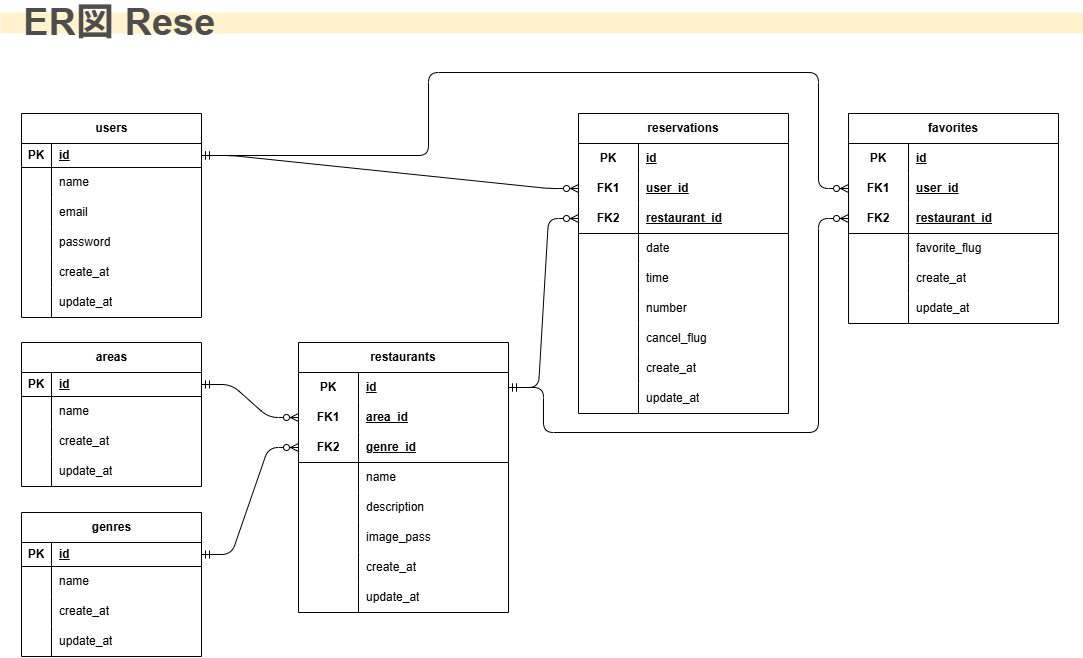
The draw.io diagram ERD_Rese.drawio.png in subaru-tm/Rene, before a commit. Source tidied: cells renumbered, new cells last; positions are measured from the earlier drawing's top-left corner, leaving out a move shared by most shapes.
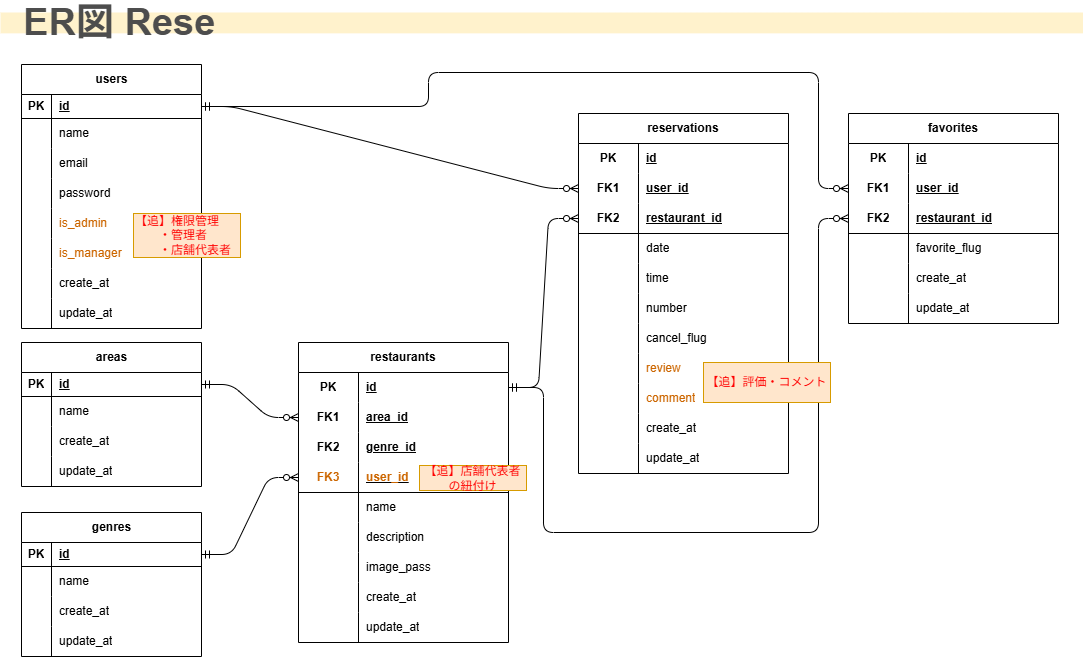
Above is the later version.

What changed in the source:
```diff
@@ -6,7 +6,7 @@
       <mxGeometry width="1083" height="20.8" as="geometry" />
     </mxCell>
     <mxCell id="3" value="users" style="shape=table;startSize=30;rowLines=0;fontStyle=1;align=center;html=1;fillColor=#FFFFFF;" parent="1" vertex="1">
-      <mxGeometry x="21" y="101" width="180" height="204" as="geometry" />
+      <mxGeometry x="21" y="52" width="180" height="264" as="geometry" />
     </mxCell>
     <mxCell id="4" style="shape=tableRow;horizontal=0;startSize=0;swimlaneHead=0;swimlaneBody=0;fillColor=none;points=[[0,0.5],[1,0.5]];portConstraint=eastwest;top=0;left=0;right=0;bottom=1;" parent="3" vertex="1">
       <mxGeometry y="30" width="180" height="24" as="geometry" />
@@ -44,8 +44,26 @@
     <mxCell id="15" value="password&lt;span style=&quot;white-space: pre;&quot;&gt;&#9;&lt;/span&gt;" style="shape=partialRectangle;fillColor=none;top=0;left=0;bottom=0;right=0;align=left;spacingLeft=6;overflow=hidden;whiteSpace=wrap;html=1;" parent="13" vertex="1">
       <mxGeometry x="30" width="150" height="30" as="geometry" />
     </mxCell>
+    <mxCell id="126" style="shape=tableRow;horizontal=0;startSize=0;swimlaneHead=0;swimlaneBody=0;fillColor=none;top=0;left=0;right=0;bottom=0;" parent="3" vertex="1">
+      <mxGeometry y="144" width="180" height="30" as="geometry" />
+    </mxCell>
+    <mxCell id="127" style="shape=partialRectangle;fillColor=none;top=0;left=0;bottom=0;right=0;overflow=hidden;whiteSpace=wrap;html=1;" parent="126" vertex="1">
+      <mxGeometry width="30" height="30" as="geometry" />
+    </mxCell>
+    <mxCell id="128" value="&lt;font style=&quot;color: rgb(204, 102, 0);&quot;&gt;is_admin&lt;/font&gt;" style="shape=partialRectangle;fillColor=none;top=0;left=0;bottom=0;right=0;align=left;spacingLeft=6;overflow=hidden;whiteSpace=wrap;html=1;" parent="126" vertex="1">
+      <mxGeometry x="30" width="150" height="30" as="geometry" />
+    </mxCell>
+    <mxCell id="129" style="shape=tableRow;horizontal=0;startSize=0;swimlaneHead=0;swimlaneBody=0;fillColor=none;top=0;left=0;right=0;bottom=0;" parent="3" vertex="1">
+      <mxGeometry y="174" width="180" height="30" as="geometry" />
+    </mxCell>
+    <mxCell id="130" style="shape=partialRectangle;fillColor=none;top=0;left=0;bottom=0;right=0;overflow=hidden;whiteSpace=wrap;html=1;" parent="129" vertex="1">
+      <mxGeometry width="30" height="30" as="geometry" />
+    </mxCell>
+    <mxCell id="131" value="&lt;font style=&quot;color: rgb(204, 102, 0);&quot;&gt;is_manager&lt;/font&gt;" style="shape=partialRectangle;fillColor=none;top=0;left=0;bottom=0;right=0;align=left;spacingLeft=6;overflow=hidden;whiteSpace=wrap;html=1;" parent="129" vertex="1">
+      <mxGeometry x="30" width="150" height="30" as="geometry" />
+    </mxCell>
     <mxCell id="16" style="shape=tableRow;horizontal=0;startSize=0;swimlaneHead=0;swimlaneBody=0;fillColor=none;top=0;left=0;right=0;bottom=0;" parent="3" vertex="1">
-      <mxGeometry y="144" width="180" height="30" as="geometry" />
+      <mxGeometry y="204" width="180" height="30" as="geometry" />
     </mxCell>
     <mxCell id="17" style="shape=partialRectangle;fillColor=none;top=0;left=0;bottom=0;right=0;overflow=hidden;whiteSpace=wrap;html=1;" parent="16" vertex="1">
       <mxGeometry width="30" height="30" as="geometry" />
@@ -54,7 +72,7 @@
       <mxGeometry x="30" width="150" height="30" as="geometry" />
     </mxCell>
     <mxCell id="19" style="shape=tableRow;horizontal=0;startSize=0;swimlaneHead=0;swimlaneBody=0;fillColor=none;top=0;left=0;right=0;bottom=0;" parent="3" vertex="1">
-      <mxGeometry y="174" width="180" height="30" as="geometry" />
+      <mxGeometry y="234" width="180" height="30" as="geometry" />
     </mxCell>
     <mxCell id="20" style="shape=partialRectangle;fillColor=none;top=0;left=0;bottom=0;right=0;overflow=hidden;whiteSpace=wrap;html=1;" parent="19" vertex="1">
       <mxGeometry width="30" height="30" as="geometry" />
@@ -63,7 +81,7 @@
       <mxGeometry x="30" width="150" height="30" as="geometry" />
     </mxCell>
     <mxCell id="22" value="restaurants" style="shape=table;startSize=30;rowLines=0;fontStyle=1;align=center;html=1;whiteSpace=wrap;fillColor=#FFFFFF;" parent="1" vertex="1">
-      <mxGeometry x="298" y="330" width="210" height="270" as="geometry" />
+      <mxGeometry x="298" y="330" width="210" height="300" as="geometry" />
     </mxCell>
     <mxCell id="23" style="shape=tableRow;horizontal=0;startSize=0;swimlaneHead=0;swimlaneBody=0;fillColor=none;points=[[0,0.5],[1,0.5]];portConstraint=eastwest;top=0;left=0;right=0;bottom=0;html=1;" parent="22" vertex="1">
       <mxGeometry y="30" width="210" height="30" as="geometry" />
@@ -83,17 +101,26 @@
     <mxCell id="28" value="&lt;span style=&quot;color: rgb(0, 0, 0);&quot;&gt;area_id&lt;/span&gt;" style="shape=partialRectangle;fillColor=none;top=0;left=0;bottom=0;right=0;align=left;spacingLeft=6;fontStyle=5;overflow=hidden;html=1;whiteSpace=wrap;" parent="26" vertex="1">
       <mxGeometry x="60" width="150" height="30" as="geometry" />
     </mxCell>
+    <mxCell id="132" style="shape=tableRow;horizontal=0;startSize=0;swimlaneHead=0;swimlaneBody=0;fillColor=none;top=0;left=0;right=0;bottom=0;html=1;" parent="22" vertex="1">
+      <mxGeometry y="90" width="210" height="30" as="geometry" />
+    </mxCell>
+    <mxCell id="133" value="&lt;span style=&quot;color: rgb(0, 0, 0);&quot;&gt;FK2&lt;/span&gt;" style="shape=partialRectangle;fillColor=none;top=0;left=0;bottom=0;right=0;fontStyle=1;overflow=hidden;html=1;whiteSpace=wrap;" parent="132" vertex="1">
+      <mxGeometry width="60" height="30" as="geometry" />
+    </mxCell>
+    <mxCell id="134" value="&lt;span style=&quot;color: rgb(0, 0, 0);&quot;&gt;genre_id&lt;/span&gt;" style="shape=partialRectangle;fillColor=none;top=0;left=0;bottom=0;right=0;align=left;spacingLeft=6;fontStyle=5;overflow=hidden;html=1;whiteSpace=wrap;" parent="132" vertex="1">
+      <mxGeometry x="60" width="150" height="30" as="geometry" />
+    </mxCell>
     <mxCell id="29" style="shape=tableRow;horizontal=0;startSize=0;swimlaneHead=0;swimlaneBody=0;fillColor=none;points=[[0,0.5],[1,0.5]];portConstraint=eastwest;top=0;left=0;right=0;bottom=1;html=1;" parent="22" vertex="1">
-      <mxGeometry y="90" width="210" height="30" as="geometry" />
+      <mxGeometry y="120" width="210" height="30" as="geometry" />
     </mxCell>
-    <mxCell id="30" value="FK2" style="shape=partialRectangle;fillColor=none;top=0;left=0;bottom=0;right=0;fontStyle=1;overflow=hidden;html=1;whiteSpace=wrap;" parent="29" vertex="1">
+    <mxCell id="30" value="&lt;font style=&quot;color: rgb(204, 102, 0);&quot;&gt;FK3&lt;/font&gt;" style="shape=partialRectangle;fillColor=none;top=0;left=0;bottom=0;right=0;fontStyle=1;overflow=hidden;html=1;whiteSpace=wrap;" parent="29" vertex="1">
       <mxGeometry width="60" height="30" as="geometry" />
     </mxCell>
-    <mxCell id="31" value="genre_id" style="shape=partialRectangle;fillColor=none;top=0;left=0;bottom=0;right=0;align=left;spacingLeft=6;fontStyle=5;overflow=hidden;html=1;whiteSpace=wrap;" parent="29" vertex="1">
+    <mxCell id="31" value="&lt;font style=&quot;color: rgb(204, 102, 0);&quot;&gt;user_id&lt;/font&gt;" style="shape=partialRectangle;fillColor=none;top=0;left=0;bottom=0;right=0;align=left;spacingLeft=6;fontStyle=5;overflow=hidden;html=1;whiteSpace=wrap;" parent="29" vertex="1">
       <mxGeometry x="60" width="150" height="30" as="geometry" />
     </mxCell>
     <mxCell id="32" style="shape=tableRow;horizontal=0;startSize=0;swimlaneHead=0;swimlaneBody=0;fillColor=none;top=0;left=0;right=0;bottom=0;html=1;" parent="22" vertex="1">
-      <mxGeometry y="120" width="210" height="30" as="geometry" />
+      <mxGeometry y="150" width="210" height="30" as="geometry" />
     </mxCell>
     <mxCell id="33" style="shape=partialRectangle;fillColor=none;top=0;left=0;bottom=0;right=0;overflow=hidden;html=1;whiteSpace=wrap;" parent="32" vertex="1">
       <mxGeometry width="60" height="30" as="geometry" />
@@ -102,7 +129,7 @@
       <mxGeometry x="60" width="150" height="30" as="geometry" />
     </mxCell>
     <mxCell id="35" style="shape=tableRow;horizontal=0;startSize=0;swimlaneHead=0;swimlaneBody=0;fillColor=none;top=0;left=0;right=0;bottom=0;html=1;" parent="22" vertex="1">
-      <mxGeometry y="150" width="210" height="30" as="geometry" />
+      <mxGeometry y="180" width="210" height="30" as="geometry" />
     </mxCell>
     <mxCell id="36" style="shape=partialRectangle;fillColor=none;top=0;left=0;bottom=0;right=0;overflow=hidden;html=1;whiteSpace=wrap;" parent="35" vertex="1">
       <mxGeometry width="60" height="30" as="geometry" />
@@ -111,7 +138,7 @@
       <mxGeometry x="60" width="150" height="30" as="geometry" />
     </mxCell>
     <mxCell id="38" style="shape=tableRow;horizontal=0;startSize=0;swimlaneHead=0;swimlaneBody=0;fillColor=none;top=0;left=0;right=0;bottom=0;html=1;" parent="22" vertex="1">
-      <mxGeometry y="180" width="210" height="30" as="geometry" />
+      <mxGeometry y="210" width="210" height="30" as="geometry" />
     </mxCell>
     <mxCell id="39" style="shape=partialRectangle;fillColor=none;top=0;left=0;bottom=0;right=0;overflow=hidden;html=1;whiteSpace=wrap;" parent="38" vertex="1">
       <mxGeometry width="60" height="30" as="geometry" />
@@ -120,7 +147,7 @@
       <mxGeometry x="60" width="150" height="30" as="geometry" />
     </mxCell>
     <mxCell id="41" style="shape=tableRow;horizontal=0;startSize=0;swimlaneHead=0;swimlaneBody=0;fillColor=none;top=0;left=0;right=0;bottom=0;html=1;" parent="22" vertex="1">
-      <mxGeometry y="210" width="210" height="30" as="geometry" />
+      <mxGeometry y="240" width="210" height="30" as="geometry" />
     </mxCell>
     <mxCell id="42" style="shape=partialRectangle;fillColor=none;top=0;left=0;bottom=0;right=0;overflow=hidden;html=1;whiteSpace=wrap;" parent="41" vertex="1">
       <mxGeometry width="60" height="30" as="geometry" />
@@ -129,7 +156,7 @@
       <mxGeometry x="60" width="150" height="30" as="geometry" />
     </mxCell>
     <mxCell id="44" style="shape=tableRow;horizontal=0;startSize=0;swimlaneHead=0;swimlaneBody=0;fillColor=none;top=0;left=0;right=0;bottom=0;html=1;" parent="22" vertex="1">
-      <mxGeometry y="240" width="210" height="30" as="geometry" />
+      <mxGeometry y="270" width="210" height="30" as="geometry" />
     </mxCell>
     <mxCell id="45" style="shape=partialRectangle;fillColor=none;top=0;left=0;bottom=0;right=0;overflow=hidden;html=1;whiteSpace=wrap;" parent="44" vertex="1">
       <mxGeometry width="60" height="30" as="geometry" />
@@ -222,7 +249,7 @@
       <mxGeometry relative="1" as="geometry" />
     </mxCell>
     <mxCell id="75" value="reservations" style="shape=table;startSize=30;rowLines=0;fontStyle=1;align=center;html=1;whiteSpace=wrap;fillColor=#FFFFFF;" parent="1" vertex="1">
-      <mxGeometry x="578" y="101" width="210" height="300" as="geometry" />
+      <mxGeometry x="578" y="101" width="210" height="360" as="geometry" />
     </mxCell>
     <mxCell id="76" style="shape=tableRow;horizontal=0;startSize=0;swimlaneHead=0;swimlaneBody=0;fillColor=none;top=0;left=0;right=0;bottom=0;html=1;" parent="75" vertex="1">
       <mxGeometry y="30" width="210" height="30" as="geometry" />
@@ -287,8 +314,26 @@
     <mxCell id="96" value="cancel_flug" style="shape=partialRectangle;fillColor=none;top=0;left=0;bottom=0;right=0;align=left;spacingLeft=6;overflow=hidden;html=1;whiteSpace=wrap;" parent="94" vertex="1">
       <mxGeometry x="60" width="150" height="30" as="geometry" />
     </mxCell>
+    <mxCell id="135" style="shape=tableRow;horizontal=0;startSize=0;swimlaneHead=0;swimlaneBody=0;fillColor=none;top=0;left=0;right=0;bottom=0;html=1;" parent="75" vertex="1">
+      <mxGeometry y="240" width="210" height="30" as="geometry" />
+    </mxCell>
+    <mxCell id="136" style="shape=partialRectangle;fillColor=none;top=0;left=0;bottom=0;right=0;overflow=hidden;html=1;whiteSpace=wrap;" parent="135" vertex="1">
+      <mxGeometry width="60" height="30" as="geometry" />
+    </mxCell>
+    <mxCell id="137" value="&lt;font style=&quot;color: rgb(204, 102, 0);&quot;&gt;review&lt;/font&gt;" style="shape=partialRectangle;fillColor=none;top=0;left=0;bottom=0;right=0;align=left;spacingLeft=6;overflow=hidden;html=1;whiteSpace=wrap;" parent="135" vertex="1">
+      <mxGeometry x="60" width="150" height="30" as="geometry" />
+    </mxCell>
+    <mxCell id="138" style="shape=tableRow;horizontal=0;startSize=0;swimlaneHead=0;swimlaneBody=0;fillColor=none;top=0;left=0;right=0;bottom=0;html=1;" parent="75" vertex="1">
+      <mxGeometry y="270" width="210" height="30" as="geometry" />
+    </mxCell>
+    <mxCell id="139" style="shape=partialRectangle;fillColor=none;top=0;left=0;bottom=0;right=0;overflow=hidden;html=1;whiteSpace=wrap;" parent="138" vertex="1">
+      <mxGeometry width="60" height="30" as="geometry" />
+    </mxCell>
+    <mxCell id="140" value="&lt;font style=&quot;color: rgb(204, 102, 0);&quot;&gt;comment&lt;/font&gt;" style="shape=partialRectangle;fillColor=none;top=0;left=0;bottom=0;right=0;align=left;spacingLeft=6;overflow=hidden;html=1;whiteSpace=wrap;" parent="138" vertex="1">
+      <mxGeometry x="60" width="150" height="30" as="geometry" />
+    </mxCell>
     <mxCell id="97" style="shape=tableRow;horizontal=0;startSize=0;swimlaneHead=0;swimlaneBody=0;fillColor=none;top=0;left=0;right=0;bottom=0;html=1;" parent="75" vertex="1">
-      <mxGeometry y="240" width="210" height="30" as="geometry" />
+      <mxGeometry y="300" width="210" height="30" as="geometry" />
     </mxCell>
     <mxCell id="98" style="shape=partialRectangle;fillColor=none;top=0;left=0;bottom=0;right=0;overflow=hidden;html=1;whiteSpace=wrap;" parent="97" vertex="1">
       <mxGeometry width="60" height="30" as="geometry" />
@@ -297,7 +342,7 @@
       <mxGeometry x="60" width="150" height="30" as="geometry" />
     </mxCell>
     <mxCell id="100" style="shape=tableRow;horizontal=0;startSize=0;swimlaneHead=0;swimlaneBody=0;fillColor=none;top=0;left=0;right=0;bottom=0;html=1;" parent="75" vertex="1">
-      <mxGeometry y="270" width="210" height="30" as="geometry" />
+      <mxGeometry y="330" width="210" height="30" as="geometry" />
     </mxCell>
     <mxCell id="101" style="shape=partialRectangle;fillColor=none;top=0;left=0;bottom=0;right=0;overflow=hidden;html=1;whiteSpace=wrap;" parent="100" vertex="1">
       <mxGeometry width="60" height="30" as="geometry" />
@@ -371,7 +416,7 @@
     <mxCell id="124" style="edgeStyle=orthogonalEdgeStyle;fontSize=12;html=1;endArrow=ERzeroToMany;startArrow=ERmandOne;entryX=0;entryY=0.5;entryDx=0;entryDy=0;exitX=1;exitY=0.5;exitDx=0;exitDy=0;" parent="1" edge="1" source="4" target="109">
       <mxGeometry relative="1" as="geometry">
         <Array as="points">
-          <mxPoint x="428" y="143" />
+          <mxPoint x="428" y="94" />
           <mxPoint x="428" y="60" />
           <mxPoint x="818" y="60" />
           <mxPoint x="818" y="176" />
@@ -382,11 +427,20 @@
       <mxGeometry relative="1" as="geometry">
         <Array as="points">
           <mxPoint x="543" y="375" />
-          <mxPoint x="543" y="420" />
-          <mxPoint x="818" y="420" />
+          <mxPoint x="543" y="520" />
+          <mxPoint x="818" y="520" />
           <mxPoint x="818" y="206" />
         </Array>
       </mxGeometry>
     </mxCell>
+    <mxCell id="141" value="&lt;font style=&quot;color: rgb(255, 0, 0);&quot;&gt;【追】権限管理&lt;/font&gt;&lt;div&gt;&lt;font style=&quot;color: rgb(255, 0, 0);&quot;&gt;　　・管理者&lt;/font&gt;&lt;/div&gt;&lt;div&gt;&lt;font style=&quot;color: rgb(255, 0, 0);&quot;&gt;　　・店舗代表者&lt;/font&gt;&lt;/div&gt;" style="text;strokeColor=#d79b00;align=left;fillColor=#ffe6cc;html=1;verticalAlign=middle;whiteSpace=wrap;rounded=0;" parent="1" vertex="1">
+      <mxGeometry x="133" y="201" width="107" height="44" as="geometry" />
+    </mxCell>
+    <mxCell id="142" value="&lt;font style=&quot;color: rgb(255, 0, 0);&quot;&gt;【追】店舗代表者&lt;/font&gt;&lt;div&gt;&lt;font style=&quot;color: rgb(255, 0, 0);&quot;&gt;の紐付け&lt;/font&gt;&lt;/div&gt;" style="text;strokeColor=#d79b00;align=center;fillColor=#ffe6cc;html=1;verticalAlign=middle;whiteSpace=wrap;rounded=0;" parent="1" vertex="1">
+      <mxGeometry x="419" y="453" width="107" height="25" as="geometry" />
+    </mxCell>
+    <mxCell id="143" value="&lt;font style=&quot;color: rgb(255, 0, 0);&quot;&gt;【追】評価・コメント&lt;/font&gt;" style="text;strokeColor=#d79b00;align=center;fillColor=#ffe6cc;html=1;verticalAlign=middle;whiteSpace=wrap;rounded=0;" parent="1" vertex="1">
+      <mxGeometry x="703" y="350" width="127" height="40" as="geometry" />
+    </mxCell>
   </root>
 </mxGraphModel>
```
